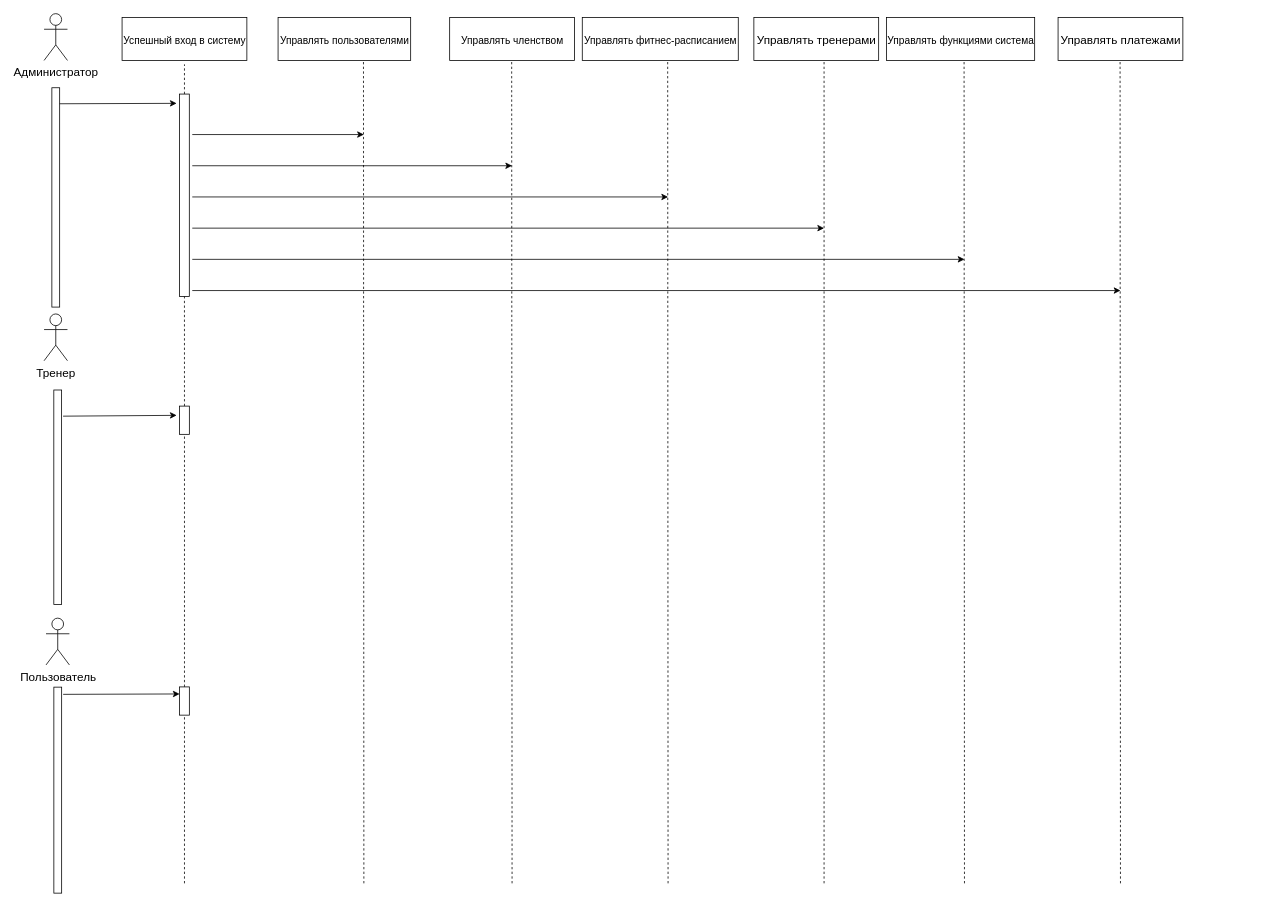
Earlier version of the draw.io diagram page "Sequence Diagram" (4 of 4) of Biểu đồ không có tiêu đề.drawio (quyettranvu/Lab2-3_UML). Source tidied: cells renumbered, new cells numbered last; positions are measured from the earlier drawing's top-left corner, leaving out a move shared by most shapes. Both pictures are drawn from the tidied source at 78%, with x=0, y=0 at pixel (-55, 13).
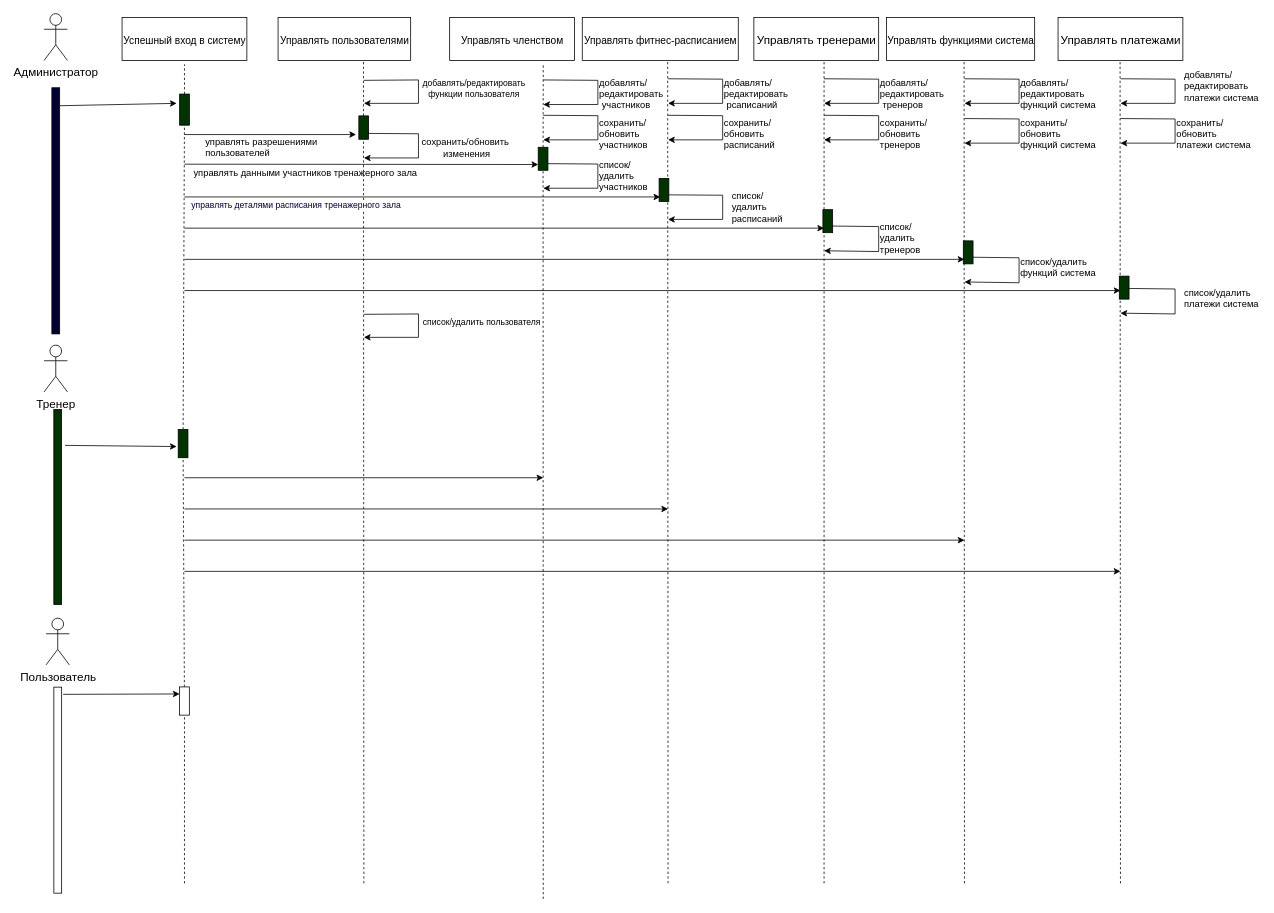
The same diagram, later.

Commit message (it also covers changes not shown here):
Cập nhật Biểu đồ không có tiêu đề.drawio

The edit, as a diff of the source:
```diff
@@
-    <mxCell id="3" value="&lt;font style=&quot;font-size: 13px;&quot;&gt;Успешный вход в систему&lt;/font&gt;" style="html=1;fontSize=15;fillColor=#FFFFFF;" parent="1" vertex="1">
+    <mxCell id="3" value="&lt;font style=&quot;font-size: 13px;&quot;&gt;Успешный вход в систему&lt;/font&gt;" style="html=1;fontSize=15;fillColor=default;" parent="1" vertex="1">
       <mxGeometry x="226" y="5" width="160" height="55" as="geometry" />
     </mxCell>
@@
-    <mxCell id="11" style="endArrow=none;dashed=1;html=1;rounded=0;fontSize=13;" parent="1" edge="1">
+    <mxCell id="11" style="endArrow=none;dashed=1;html=1;rounded=0;fontSize=13;startArrow=none;" parent="1" edge="1" source="45">
       <mxGeometry relative="1" as="geometry">
-        <mxPoint x="726" y="1115" as="sourcePoint" />
-        <mxPoint x="725.5" y="60" as="targetPoint" />
+        <mxPoint x="766" y="65" as="targetPoint" />
       </mxGeometry>
     </mxCell>
@@
     <mxCell id="16" value="Тренер" style="shape=umlActor;verticalLabelPosition=bottom;verticalAlign=top;html=1;fontSize=15;fillColor=#FFFFFF;" parent="1" vertex="1">
-      <mxGeometry x="126" y="385" width="30" height="60" as="geometry" />
+      <mxGeometry x="126" y="425" width="30" height="60" as="geometry" />
     </mxCell>
@@
-    <mxCell id="18" style="rounded=0;whiteSpace=wrap;html=1;fontSize=13;rotation=-90;" parent="1" vertex="1">
-      <mxGeometry x="0.4" y="230.6" width="281.2" height="10" as="geometry" />
+    <mxCell id="18" style="rounded=0;whiteSpace=wrap;html=1;fontSize=13;rotation=-90;fillColor=#000033;" parent="1" vertex="1">
+      <mxGeometry x="-16.8" y="247.8" width="315.6" height="10" as="geometry" />
     </mxCell>
-    <mxCell id="19" style="rounded=0;whiteSpace=wrap;html=1;fontSize=13;rotation=-90;" parent="1" vertex="1">
-      <mxGeometry x="6" y="615" width="275" height="10" as="geometry" />
+    <mxCell id="19" style="rounded=0;whiteSpace=wrap;html=1;fontSize=13;rotation=-90;fillColor=#003300;" parent="1" vertex="1">
+      <mxGeometry x="18.5" y="627.5" width="250" height="10" as="geometry" />
     </mxCell>
@@
-    <mxCell id="21" style="rounded=0;whiteSpace=wrap;html=1;fontSize=13;rotation=-90;" parent="1" vertex="1">
-      <mxGeometry x="176.2" y="226.6" width="259.5" height="12.5" as="geometry" />
+    <mxCell id="21" style="rounded=0;whiteSpace=wrap;html=1;fontSize=13;rotation=-90;fillColor=#003300;" parent="1" vertex="1">
+      <mxGeometry x="286.1" y="116.8" width="39.9" height="12.5" as="geometry" />
     </mxCell>
@@
     <mxCell id="25" style="endArrow=classic;html=1;rounded=0;fontSize=13;" parent="1" edge="1">
       <mxGeometry relative="1" as="geometry">
-        <mxPoint x="316" y="155" as="sourcePoint" />
-        <mxPoint x="536" y="155" as="targetPoint" />
+        <mxPoint x="306" y="155" as="sourcePoint" />
+        <mxPoint x="526" y="155" as="targetPoint" />
       </mxGeometry>
     </mxCell>
-    <mxCell id="26" style="endArrow=classic;html=1;rounded=0;fontSize=13;" parent="1" edge="1">
+    <mxCell id="26" style="endArrow=classic;html=1;rounded=0;fontSize=13;entryX=0.25;entryY=0;entryDx=0;entryDy=0;" parent="1" edge="1" target="45">
       <mxGeometry relative="1" as="geometry">
-        <mxPoint x="316" y="195" as="sourcePoint" />
-        <mxPoint x="726" y="195" as="targetPoint" />
+        <mxPoint x="306" y="193" as="sourcePoint" />
       </mxGeometry>
     </mxCell>
     <mxCell id="27" style="endArrow=classic;html=1;rounded=0;fontSize=13;" parent="1" edge="1">
       <mxGeometry relative="1" as="geometry">
-        <mxPoint x="316" y="235" as="sourcePoint" />
-        <mxPoint x="926" y="235" as="targetPoint" />
+        <mxPoint x="306" y="235" as="sourcePoint" />
+        <mxPoint x="916" y="235" as="targetPoint" />
       </mxGeometry>
     </mxCell>
+    <mxCell id="37" value="&lt;font color=&quot;#000033&quot;&gt;управлять деталями расписания тренажерного зала&lt;/font&gt;" style="edgeLabel;html=1;align=center;verticalAlign=middle;fontColor=#FFFFFF;" parent="27" vertex="1">
+      <mxGeometry x="-0.36" y="-4" relative="1" as="geometry">
+        <mxPoint x="-53" y="6" as="offset" />
+      </mxGeometry>
+    </mxCell>
     <mxCell id="28" style="endArrow=classic;html=1;rounded=0;fontSize=13;" parent="1" edge="1">
       <mxGeometry relative="1" as="geometry">
-        <mxPoint x="316" y="275" as="sourcePoint" />
+        <mxPoint x="306" y="275" as="sourcePoint" />
         <mxPoint x="1126" y="275" as="targetPoint" />
       </mxGeometry>
     </mxCell>
     <mxCell id="29" style="endArrow=classic;html=1;rounded=0;fontSize=13;" parent="1" edge="1">
       <mxGeometry relative="1" as="geometry">
-        <mxPoint x="316" y="315" as="sourcePoint" />
+        <mxPoint x="306" y="315" as="sourcePoint" />
         <mxPoint x="1306" y="315" as="targetPoint" />
       </mxGeometry>
     </mxCell>
     <mxCell id="30" style="endArrow=classic;html=1;rounded=0;fontSize=13;" parent="1" edge="1">
       <mxGeometry relative="1" as="geometry">
-        <mxPoint x="316" y="355" as="sourcePoint" />
+        <mxPoint x="306" y="355" as="sourcePoint" />
         <mxPoint x="1506" y="355" as="targetPoint" />
       </mxGeometry>
     </mxCell>
-    <mxCell id="31" style="endArrow=classic;html=1;rounded=0;fontSize=13;exitX=0.878;exitY=1.19;exitDx=0;exitDy=0;exitPerimeter=0;" parent="1" edge="1" source="19">
+    <mxCell id="31" style="endArrow=classic;html=1;rounded=0;fontSize=13;exitX=0.816;exitY=1.43;exitDx=0;exitDy=0;exitPerimeter=0;" parent="1" edge="1" source="19">
       <mxGeometry relative="1" as="geometry">
-        <mxPoint x="296" y="515" as="targetPoint" />
+        <mxPoint x="296" y="555" as="targetPoint" />
       </mxGeometry>
     </mxCell>
-    <mxCell id="32" style="rounded=0;whiteSpace=wrap;html=1;fontSize=13;rotation=-90;" parent="1" vertex="1">
-      <mxGeometry x="287.9" y="515" width="36.2" height="12.5" as="geometry" />
+    <mxCell id="32" style="rounded=0;whiteSpace=wrap;html=1;fontSize=13;rotation=-90;fillColor=#003300;" parent="1" vertex="1">
+      <mxGeometry x="286.1" y="545" width="36.2" height="12.5" as="geometry" />
     </mxCell>
@@
+    <mxCell id="38" style="rounded=0;whiteSpace=wrap;html=1;fontSize=13;rotation=-90;fillColor=#003300;" parent="1" vertex="1">
+      <mxGeometry x="520.8" y="139.8" width="30" height="12.5" as="geometry" />
+    </mxCell>
+    <mxCell id="39" style="endArrow=classic;html=1;rounded=0;fontSize=13;exitX=0.927;exitY=1;exitDx=0;exitDy=0;exitPerimeter=0;" parent="1" edge="1">
+      <mxGeometry x="0.06" relative="1" as="geometry">
+        <mxPoint x="536" y="85.5" as="sourcePoint" />
+        <mxPoint x="536" y="115" as="targetPoint" />
+        <Array as="points">
+          <mxPoint x="606" y="85" />
+          <mxPoint x="606" y="115" />
+        </Array>
+      </mxGeometry>
+    </mxCell>
+    <mxCell id="40" value="&lt;div&gt;добавлять/редактировать&lt;/div&gt;&lt;div&gt;функции пользователя&lt;/div&gt;" style="edgeLabel;html=1;align=center;verticalAlign=middle;" parent="39" vertex="1">
+      <mxGeometry x="0.44" y="-3" relative="1" as="geometry">
+        <mxPoint x="92" y="-17" as="offset" />
+      </mxGeometry>
+    </mxCell>
+    <mxCell id="41" style="endArrow=classic;html=1;rounded=0;fontSize=13;exitX=0.25;exitY=1;exitDx=0;exitDy=0;" parent="1" edge="1" source="38">
+      <mxGeometry x="1" y="-91" relative="1" as="geometry">
+        <mxPoint x="536" y="185" as="targetPoint" />
+        <Array as="points">
+          <mxPoint x="606" y="154" />
+          <mxPoint x="606" y="185" />
+        </Array>
+        <mxPoint x="-90" y="81" as="offset" />
+      </mxGeometry>
+    </mxCell>
+    <mxCell id="42" value="сохранить/обновить&lt;br&gt;&amp;nbsp;изменения" style="text;html=1;align=center;verticalAlign=middle;strokeColor=none;fillColor=none;" parent="1" vertex="1">
+      <mxGeometry x="596" y="152.3" width="140" height="40" as="geometry" />
+    </mxCell>
+    <mxCell id="43" value="управлять разрешениями пользователей" style="text;whiteSpace=wrap;html=1;" parent="1" vertex="1">
+      <mxGeometry x="330.8" y="150.6" width="220" height="40" as="geometry" />
+    </mxCell>
+    <mxCell id="44" value="управлять данными участников тренажерного зала" style="text;whiteSpace=wrap;html=1;" parent="1" vertex="1">
+      <mxGeometry x="316" y="190.6" width="320" height="40" as="geometry" />
+    </mxCell>
+    <mxCell id="45" style="rounded=0;whiteSpace=wrap;html=1;fontSize=13;rotation=-90;fillColor=#003300;" parent="1" vertex="1">
+      <mxGeometry x="751" y="179.8" width="29.5" height="12.5" as="geometry" />
+    </mxCell>
+    <mxCell id="46" style="endArrow=none;dashed=1;html=1;rounded=0;fontSize=13;" parent="1" edge="1" target="45">
+      <mxGeometry relative="1" as="geometry">
+        <mxPoint x="766" y="1135" as="sourcePoint" />
+      </mxGeometry>
+    </mxCell>
+    <mxCell id="47" value="добавлять/редактировать&lt;br&gt;&amp;nbsp;участников" style="text;whiteSpace=wrap;html=1;" parent="1" vertex="1">
+      <mxGeometry x="836" y="75" width="90" height="40" as="geometry" />
+    </mxCell>
+    <mxCell id="48" value="сохранить/обновить участников" style="text;whiteSpace=wrap;html=1;" parent="1" vertex="1">
+      <mxGeometry x="836" y="126" width="90" height="40" as="geometry" />
+    </mxCell>
+    <mxCell id="49" style="endArrow=classic;html=1;rounded=0;fontSize=13;" parent="1" edge="1">
+      <mxGeometry x="1" y="-91" relative="1" as="geometry">
+        <mxPoint x="766" y="85" as="sourcePoint" />
+        <mxPoint x="766" y="116.5" as="targetPoint" />
+        <Array as="points">
+          <mxPoint x="836" y="85.5" />
+          <mxPoint x="836" y="116.5" />
+        </Array>
+        <mxPoint x="-90" y="81" as="offset" />
+      </mxGeometry>
+    </mxCell>
+    <mxCell id="50" style="endArrow=classic;html=1;rounded=0;fontSize=13;" parent="1" edge="1">
+      <mxGeometry x="1" y="-91" relative="1" as="geometry">
+        <mxPoint x="766" y="130.3" as="sourcePoint" />
+        <mxPoint x="766" y="161.8" as="targetPoint" />
+        <Array as="points">
+          <mxPoint x="836" y="130.8" />
+          <mxPoint x="836" y="161.8" />
+        </Array>
+        <mxPoint x="-90" y="81" as="offset" />
+      </mxGeometry>
+    </mxCell>
+    <mxCell id="51" style="endArrow=classic;html=1;rounded=0;fontSize=13;exitX=0.25;exitY=1;exitDx=0;exitDy=0;" parent="1" edge="1">
+      <mxGeometry x="1" y="-91" relative="1" as="geometry">
+        <mxPoint x="772" y="192.3" as="sourcePoint" />
+        <mxPoint x="766" y="223.8" as="targetPoint" />
+        <Array as="points">
+          <mxPoint x="836" y="192.8" />
+          <mxPoint x="836" y="223.8" />
+        </Array>
+        <mxPoint x="-90" y="81" as="offset" />
+      </mxGeometry>
+    </mxCell>
+    <mxCell id="52" value="список/удалить участников" style="text;whiteSpace=wrap;html=1;" parent="1" vertex="1">
+      <mxGeometry x="836" y="179.8" width="70" height="40" as="geometry" />
+    </mxCell>
+    <mxCell id="53" style="endArrow=classic;html=1;rounded=0;fontSize=13;" parent="1" edge="1">
+      <mxGeometry x="1" y="-91" relative="1" as="geometry">
+        <mxPoint x="926" y="83.5" as="sourcePoint" />
+        <mxPoint x="926" y="115" as="targetPoint" />
+        <Array as="points">
+          <mxPoint x="996" y="84" />
+          <mxPoint x="996" y="115" />
+        </Array>
+        <mxPoint x="-90" y="81" as="offset" />
+      </mxGeometry>
+    </mxCell>
+    <mxCell id="54" style="endArrow=classic;html=1;rounded=0;fontSize=13;" parent="1" edge="1">
+      <mxGeometry x="1" y="-91" relative="1" as="geometry">
+        <mxPoint x="926" y="130.3" as="sourcePoint" />
+        <mxPoint x="926" y="161.8" as="targetPoint" />
+        <Array as="points">
+          <mxPoint x="996" y="130.8" />
+          <mxPoint x="996" y="161.8" />
+        </Array>
+        <mxPoint x="-90" y="81" as="offset" />
+      </mxGeometry>
+    </mxCell>
+    <mxCell id="55" style="endArrow=classic;html=1;rounded=0;fontSize=13;" parent="1" edge="1">
+      <mxGeometry x="1" y="-91" relative="1" as="geometry">
+        <mxPoint x="1136" y="272.3" as="sourcePoint" />
+        <mxPoint x="1126" y="304" as="targetPoint" />
+        <Array as="points">
+          <mxPoint x="1196" y="273" />
+          <mxPoint x="1196" y="295" />
+          <mxPoint x="1196" y="305" />
+        </Array>
+        <mxPoint x="-90" y="81" as="offset" />
+      </mxGeometry>
+    </mxCell>
+    <mxCell id="56" value="добавлять/редактировать&lt;br&gt;&amp;nbsp;рсаписаний" style="text;whiteSpace=wrap;html=1;" parent="1" vertex="1">
+      <mxGeometry x="996" y="75" width="90" height="40" as="geometry" />
+    </mxCell>
+    <mxCell id="57" value="сохранить/обновить расписаний" style="text;whiteSpace=wrap;html=1;" parent="1" vertex="1">
+      <mxGeometry x="996" y="126" width="90" height="40" as="geometry" />
+    </mxCell>
+    <mxCell id="58" value="список/удалить расписаний" style="text;whiteSpace=wrap;html=1;" parent="1" vertex="1">
+      <mxGeometry x="1006" y="219.8" width="70" height="40" as="geometry" />
+    </mxCell>
+    <mxCell id="59" style="rounded=0;whiteSpace=wrap;html=1;fontSize=13;rotation=-90;fillColor=#003300;" parent="1" vertex="1">
+      <mxGeometry x="906" y="219.8" width="29.5" height="12.5" as="geometry" />
+    </mxCell>
+    <mxCell id="60" style="endArrow=classic;html=1;rounded=0;fontSize=13;" parent="1" edge="1">
+      <mxGeometry x="1" y="-91" relative="1" as="geometry">
+        <mxPoint x="1126" y="83.5" as="sourcePoint" />
+        <mxPoint x="1126" y="115" as="targetPoint" />
+        <Array as="points">
+          <mxPoint x="1196" y="84" />
+          <mxPoint x="1196" y="115" />
+        </Array>
+        <mxPoint x="-90" y="81" as="offset" />
+      </mxGeometry>
+    </mxCell>
+    <mxCell id="61" value="добавлять/редактировать&lt;br&gt;&amp;nbsp;тренеров" style="text;whiteSpace=wrap;html=1;" parent="1" vertex="1">
+      <mxGeometry x="1196" y="75" width="90" height="40" as="geometry" />
+    </mxCell>
+    <mxCell id="62" style="endArrow=classic;html=1;rounded=0;fontSize=13;" parent="1" edge="1">
+      <mxGeometry x="1" y="-91" relative="1" as="geometry">
+        <mxPoint x="1126" y="130.3" as="sourcePoint" />
+        <mxPoint x="1126" y="161.8" as="targetPoint" />
+        <Array as="points">
+          <mxPoint x="1196" y="130.8" />
+          <mxPoint x="1196" y="161.8" />
+        </Array>
+        <mxPoint x="-90" y="81" as="offset" />
+      </mxGeometry>
+    </mxCell>
+    <mxCell id="63" value="сохранить/обновить тренеров" style="text;whiteSpace=wrap;html=1;" parent="1" vertex="1">
+      <mxGeometry x="1196" y="126" width="90" height="40" as="geometry" />
+    </mxCell>
+    <mxCell id="64" style="rounded=0;whiteSpace=wrap;html=1;fontSize=13;rotation=-90;fillColor=#003300;" parent="1" vertex="1">
+      <mxGeometry x="1116" y="259.8" width="29.5" height="12.5" as="geometry" />
+    </mxCell>
+    <mxCell id="65" style="endArrow=classic;html=1;rounded=0;fontSize=13;" parent="1" edge="1">
+      <mxGeometry x="1" y="-91" relative="1" as="geometry">
+        <mxPoint x="926" y="232.3" as="sourcePoint" />
+        <mxPoint x="926" y="263.8" as="targetPoint" />
+        <Array as="points">
+          <mxPoint x="996" y="232.8" />
+          <mxPoint x="996" y="263.8" />
+        </Array>
+        <mxPoint x="-90" y="81" as="offset" />
+      </mxGeometry>
+    </mxCell>
+    <mxCell id="66" value="список/удалить тренеров" style="text;whiteSpace=wrap;html=1;" parent="1" vertex="1">
+      <mxGeometry x="1196" y="259.8" width="70" height="40" as="geometry" />
+    </mxCell>
+    <mxCell id="67" style="endArrow=classic;html=1;rounded=0;fontSize=13;" parent="1" edge="1">
+      <mxGeometry x="1" y="-91" relative="1" as="geometry">
+        <mxPoint x="1306" y="83.5" as="sourcePoint" />
+        <mxPoint x="1306" y="115" as="targetPoint" />
+        <Array as="points">
+          <mxPoint x="1376" y="84" />
+          <mxPoint x="1376" y="115" />
+        </Array>
+        <mxPoint x="-90" y="81" as="offset" />
+      </mxGeometry>
+    </mxCell>
+    <mxCell id="68" style="endArrow=classic;html=1;rounded=0;fontSize=13;" parent="1" edge="1">
+      <mxGeometry x="1" y="-91" relative="1" as="geometry">
+        <mxPoint x="1306" y="134.5" as="sourcePoint" />
+        <mxPoint x="1306" y="166" as="targetPoint" />
+        <Array as="points">
+          <mxPoint x="1376" y="135" />
+          <mxPoint x="1376" y="166" />
+        </Array>
+        <mxPoint x="-90" y="81" as="offset" />
+      </mxGeometry>
+    </mxCell>
+    <mxCell id="69" value="сохранить/обновить функций система" style="text;whiteSpace=wrap;html=1;" parent="1" vertex="1">
+      <mxGeometry x="1376" y="126" width="100" height="40" as="geometry" />
+    </mxCell>
+    <mxCell id="70" value="добавлять/редактировать функций система&lt;br&gt;&amp;nbsp;" style="text;whiteSpace=wrap;html=1;" parent="1" vertex="1">
+      <mxGeometry x="1376" y="75" width="100" height="40" as="geometry" />
+    </mxCell>
+    <mxCell id="71" style="rounded=0;whiteSpace=wrap;html=1;fontSize=13;rotation=-90;fillColor=#003300;" parent="1" vertex="1">
+      <mxGeometry x="1296" y="299.8" width="29.5" height="12.5" as="geometry" />
+    </mxCell>
+    <mxCell id="72" style="endArrow=classic;html=1;rounded=0;fontSize=13;" parent="1" edge="1">
+      <mxGeometry x="1" y="-91" relative="1" as="geometry">
+        <mxPoint x="1316" y="312.3" as="sourcePoint" />
+        <mxPoint x="1306" y="344" as="targetPoint" />
+        <Array as="points">
+          <mxPoint x="1376" y="313" />
+          <mxPoint x="1376" y="335" />
+          <mxPoint x="1376" y="345" />
+        </Array>
+        <mxPoint x="-90" y="81" as="offset" />
+      </mxGeometry>
+    </mxCell>
+    <mxCell id="73" value="список/удалить функций система" style="text;whiteSpace=wrap;html=1;" parent="1" vertex="1">
+      <mxGeometry x="1376" y="305" width="100" height="40" as="geometry" />
+    </mxCell>
+    <mxCell id="74" style="endArrow=classic;html=1;rounded=0;fontSize=13;" parent="1" edge="1">
+      <mxGeometry x="1" y="-91" relative="1" as="geometry">
+        <mxPoint x="1506" y="83.5" as="sourcePoint" />
+        <mxPoint x="1506" y="115" as="targetPoint" />
+        <Array as="points">
+          <mxPoint x="1576" y="84" />
+          <mxPoint x="1576" y="115" />
+        </Array>
+        <mxPoint x="-90" y="81" as="offset" />
+      </mxGeometry>
+    </mxCell>
+    <mxCell id="75" value="добавлять/редактировать платежи система&lt;br&gt;&amp;nbsp;" style="text;whiteSpace=wrap;html=1;" parent="1" vertex="1">
+      <mxGeometry x="1586" y="65" width="100" height="40" as="geometry" />
+    </mxCell>
+    <mxCell id="76" style="endArrow=classic;html=1;rounded=0;fontSize=13;" parent="1" edge="1">
+      <mxGeometry x="1" y="-91" relative="1" as="geometry">
+        <mxPoint x="1506" y="134.5" as="sourcePoint" />
+        <mxPoint x="1506" y="166" as="targetPoint" />
+        <Array as="points">
+          <mxPoint x="1576" y="135" />
+          <mxPoint x="1576" y="166" />
+        </Array>
+        <mxPoint x="-90" y="81" as="offset" />
+      </mxGeometry>
+    </mxCell>
+    <mxCell id="77" value="сохранить/обновить платежи система" style="text;whiteSpace=wrap;html=1;" parent="1" vertex="1">
+      <mxGeometry x="1576" y="126" width="100" height="40" as="geometry" />
+    </mxCell>
+    <mxCell id="78" style="rounded=0;whiteSpace=wrap;html=1;fontSize=13;rotation=-90;fillColor=#003300;" parent="1" vertex="1">
+      <mxGeometry x="1496" y="345" width="29.5" height="12.5" as="geometry" />
+    </mxCell>
+    <mxCell id="79" style="endArrow=classic;html=1;rounded=0;fontSize=13;" parent="1" edge="1">
+      <mxGeometry x="1" y="-91" relative="1" as="geometry">
+        <mxPoint x="1516" y="352.3" as="sourcePoint" />
+        <mxPoint x="1506" y="384" as="targetPoint" />
+        <Array as="points">
+          <mxPoint x="1576" y="353" />
+          <mxPoint x="1576" y="375" />
+          <mxPoint x="1576" y="385" />
+        </Array>
+        <mxPoint x="-90" y="81" as="offset" />
+      </mxGeometry>
+    </mxCell>
+    <mxCell id="80" value="список/удалить платежи система" style="text;whiteSpace=wrap;html=1;" parent="1" vertex="1">
+      <mxGeometry x="1586" y="345" width="100" height="40" as="geometry" />
+    </mxCell>
+    <mxCell id="81" style="endArrow=classic;html=1;rounded=0;fontSize=13;" parent="1" edge="1">
+      <mxGeometry relative="1" as="geometry">
+        <mxPoint x="306" y="595" as="sourcePoint" />
+        <mxPoint x="766" y="595" as="targetPoint" />
+      </mxGeometry>
+    </mxCell>
+    <mxCell id="82" style="endArrow=classic;html=1;rounded=0;fontSize=13;" parent="1" edge="1">
+      <mxGeometry relative="1" as="geometry">
+        <mxPoint x="306" y="635" as="sourcePoint" />
+        <mxPoint x="926" y="635" as="targetPoint" />
+      </mxGeometry>
+    </mxCell>
+    <mxCell id="83" style="endArrow=classic;html=1;rounded=0;fontSize=13;" parent="1" edge="1">
+      <mxGeometry relative="1" as="geometry">
+        <mxPoint x="306" y="675" as="sourcePoint" />
+        <mxPoint x="1306" y="675" as="targetPoint" />
+      </mxGeometry>
+    </mxCell>
+    <mxCell id="84" style="endArrow=classic;html=1;rounded=0;fontSize=13;" parent="1" edge="1">
+      <mxGeometry relative="1" as="geometry">
+        <mxPoint x="306" y="715" as="sourcePoint" />
+        <mxPoint x="1506" y="715" as="targetPoint" />
+      </mxGeometry>
+    </mxCell>
+    <mxCell id="85" style="endArrow=classic;html=1;rounded=0;fontSize=13;exitX=0.927;exitY=1;exitDx=0;exitDy=0;exitPerimeter=0;" parent="1" edge="1">
+      <mxGeometry x="0.06" relative="1" as="geometry">
+        <mxPoint x="536" y="385.5" as="sourcePoint" />
+        <mxPoint x="536" y="415" as="targetPoint" />
+        <Array as="points">
+          <mxPoint x="606" y="385" />
+          <mxPoint x="606" y="415" />
+        </Array>
+      </mxGeometry>
+    </mxCell>
+    <mxCell id="86" value="список/удалить пользователя" style="edgeLabel;html=1;align=center;verticalAlign=middle;" parent="85" vertex="1">
+      <mxGeometry x="0.44" y="-3" relative="1" as="geometry">
+        <mxPoint x="102" y="-17" as="offset" />
+      </mxGeometry>
+    </mxCell>
```
